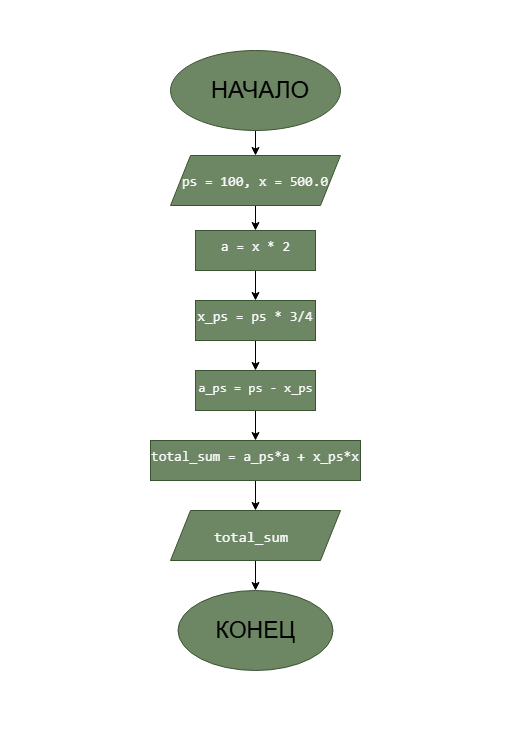
The draw.io diagram Lab2_schema.drawio.png in stainitz-boss/Lab2, before a commit. Source tidied: cells renumbered, new cells last; positions are measured from the earlier drawing's top-left corner, leaving out a move shared by most shapes.
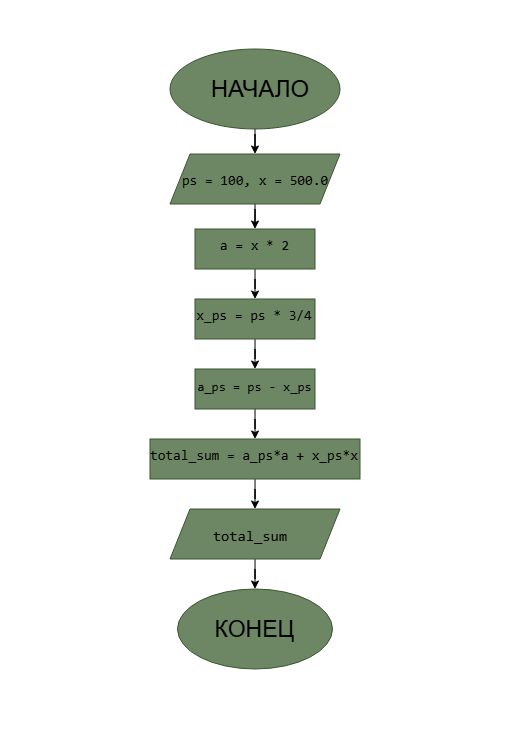
After the change.

What changed in the source:
```diff
@@ -53,22 +53,22 @@
     <mxCell id="18" value="НАЧАЛО" style="text;html=1;whiteSpace=wrap;align=center;verticalAlign=middle;rounded=0;fontColor=light-dark(#000000,#000000);fontSize=24;" parent="1" vertex="1">
       <mxGeometry x="155" y="25" width="210" height="130" as="geometry" />
     </mxCell>
-    <mxCell id="19" value="&#10;&lt;pre style=&quot;font-style: normal; font-variant: normal; font-size-adjust: none; font-language-override: normal; font-kerning: auto; font-optical-sizing: auto; font-feature-settings: normal; font-variation-settings: normal; font-weight: 400; font-stretch: normal; line-height: 22px; font-family: Menlo, Monaco, Consolas, &amp;quot;Cascadia Mono&amp;quot;, &amp;quot;Ubuntu Mono&amp;quot;, &amp;quot;DejaVu Sans Mono&amp;quot;, &amp;quot;Liberation Mono&amp;quot;, &amp;quot;JetBrains Mono&amp;quot;, &amp;quot;Fira Code&amp;quot;, Cousine, &amp;quot;Roboto Mono&amp;quot;, &amp;quot;Courier New&amp;quot;, Courier, sans-serif, system-ui; overflow: auto; white-space: pre-wrap; word-break: break-all; padding: 16px; color: rgb(249, 250, 251); letter-spacing: normal; orphans: 2; text-align: start; text-indent: 0px; text-transform: none; widows: 2; word-spacing: 0px; -webkit-text-stroke-width: 0px; text-decoration-thickness: initial; text-decoration-style: initial; text-decoration-color: initial; margin: 0px !important;&quot;&gt;&lt;span&gt;ps = 100, x = 500.0&lt;/span&gt;&lt;/pre&gt;&#10;&#10;" style="text;html=1;whiteSpace=wrap;strokeColor=none;fillColor=none;align=center;verticalAlign=middle;rounded=0;fontSize=14;" parent="1" vertex="1">
+    <mxCell id="19" value="&#10;&lt;pre style=&quot;font-style: normal; font-variant: normal; font-size-adjust: none; font-language-override: normal; font-kerning: auto; font-optical-sizing: auto; font-feature-settings: normal; font-variation-settings: normal; font-weight: 400; font-stretch: normal; line-height: 22px; font-family: Menlo, Monaco, Consolas, &amp;quot;Cascadia Mono&amp;quot;, &amp;quot;Ubuntu Mono&amp;quot;, &amp;quot;DejaVu Sans Mono&amp;quot;, &amp;quot;Liberation Mono&amp;quot;, &amp;quot;JetBrains Mono&amp;quot;, &amp;quot;Fira Code&amp;quot;, Cousine, &amp;quot;Roboto Mono&amp;quot;, &amp;quot;Courier New&amp;quot;, Courier, sans-serif, system-ui; overflow: auto; white-space: pre-wrap; word-break: break-all; padding: 16px; letter-spacing: normal; orphans: 2; text-align: start; text-indent: 0px; text-transform: none; widows: 2; word-spacing: 0px; -webkit-text-stroke-width: 0px; text-decoration-thickness: initial; text-decoration-style: initial; text-decoration-color: initial; margin: 0px !important;&quot;&gt;&lt;span&gt;ps = 100, x = 500.0&lt;/span&gt;&lt;/pre&gt;&#10;&#10;" style="text;html=1;whiteSpace=wrap;strokeColor=none;fillColor=none;align=center;verticalAlign=middle;rounded=0;fontSize=14;fontColor=light-dark(#000000,#000000);" parent="1" vertex="1">
       <mxGeometry x="155" y="175" width="200" height="30" as="geometry" />
     </mxCell>
-    <mxCell id="20" value="&#10;&lt;pre style=&quot;font-style: normal; font-variant: normal; font-size-adjust: none; font-language-override: normal; font-kerning: auto; font-optical-sizing: auto; font-feature-settings: normal; font-variation-settings: normal; font-weight: 400; font-stretch: normal; line-height: 22px; font-family: Menlo, Monaco, Consolas, &amp;quot;Cascadia Mono&amp;quot;, &amp;quot;Ubuntu Mono&amp;quot;, &amp;quot;DejaVu Sans Mono&amp;quot;, &amp;quot;Liberation Mono&amp;quot;, &amp;quot;JetBrains Mono&amp;quot;, &amp;quot;Fira Code&amp;quot;, Cousine, &amp;quot;Roboto Mono&amp;quot;, &amp;quot;Courier New&amp;quot;, Courier, sans-serif, system-ui; overflow: auto; white-space: pre-wrap; word-break: break-all; padding: 16px; color: rgb(249, 250, 251); letter-spacing: normal; orphans: 2; text-align: start; text-indent: 0px; text-transform: none; widows: 2; word-spacing: 0px; -webkit-text-stroke-width: 0px; text-decoration-thickness: initial; text-decoration-style: initial; text-decoration-color: initial; margin: 0px !important;&quot;&gt;&lt;span&gt;a = x * 2&lt;/span&gt;&lt;/pre&gt;&#10;&#10;" style="text;html=1;whiteSpace=wrap;strokeColor=none;fillColor=none;align=center;verticalAlign=middle;rounded=0;fontSize=14;" parent="1" vertex="1">
+    <mxCell id="20" value="&#10;&lt;pre style=&quot;font-style: normal; font-variant: normal; font-size-adjust: none; font-language-override: normal; font-kerning: auto; font-optical-sizing: auto; font-feature-settings: normal; font-variation-settings: normal; font-weight: 400; font-stretch: normal; line-height: 22px; font-family: Menlo, Monaco, Consolas, &amp;quot;Cascadia Mono&amp;quot;, &amp;quot;Ubuntu Mono&amp;quot;, &amp;quot;DejaVu Sans Mono&amp;quot;, &amp;quot;Liberation Mono&amp;quot;, &amp;quot;JetBrains Mono&amp;quot;, &amp;quot;Fira Code&amp;quot;, Cousine, &amp;quot;Roboto Mono&amp;quot;, &amp;quot;Courier New&amp;quot;, Courier, sans-serif, system-ui; overflow: auto; white-space: pre-wrap; word-break: break-all; padding: 16px; letter-spacing: normal; orphans: 2; text-align: start; text-indent: 0px; text-transform: none; widows: 2; word-spacing: 0px; -webkit-text-stroke-width: 0px; text-decoration-thickness: initial; text-decoration-style: initial; text-decoration-color: initial; margin: 0px !important;&quot;&gt;&lt;span&gt;a = x * 2&lt;/span&gt;&lt;/pre&gt;&#10;&#10;" style="text;html=1;whiteSpace=wrap;strokeColor=none;fillColor=none;align=center;verticalAlign=middle;rounded=0;fontSize=14;fontColor=light-dark(#000000,#000000);" parent="1" vertex="1">
       <mxGeometry x="190.6" y="240" width="128.8" height="30" as="geometry" />
     </mxCell>
-    <mxCell id="21" value="&#10;&lt;pre style=&quot;font-style: normal; font-variant: normal; font-size-adjust: none; font-language-override: normal; font-kerning: auto; font-optical-sizing: auto; font-feature-settings: normal; font-variation-settings: normal; font-weight: 400; font-stretch: normal; line-height: 22px; font-family: Menlo, Monaco, Consolas, &amp;quot;Cascadia Mono&amp;quot;, &amp;quot;Ubuntu Mono&amp;quot;, &amp;quot;DejaVu Sans Mono&amp;quot;, &amp;quot;Liberation Mono&amp;quot;, &amp;quot;JetBrains Mono&amp;quot;, &amp;quot;Fira Code&amp;quot;, Cousine, &amp;quot;Roboto Mono&amp;quot;, &amp;quot;Courier New&amp;quot;, Courier, sans-serif, system-ui; overflow: auto; white-space: pre-wrap; word-break: break-all; padding: 16px; color: rgb(249, 250, 251); letter-spacing: normal; orphans: 2; text-align: start; text-indent: 0px; text-transform: none; widows: 2; word-spacing: 0px; -webkit-text-stroke-width: 0px; text-decoration-thickness: initial; text-decoration-style: initial; text-decoration-color: initial; margin: 0px !important;&quot;&gt;&lt;span&gt;x_ps = ps * 3/4&lt;/span&gt;&lt;/pre&gt;&#10;&#10;" style="text;html=1;whiteSpace=wrap;strokeColor=none;fillColor=none;align=center;verticalAlign=middle;rounded=0;fontSize=14;" parent="1" vertex="1">
+    <mxCell id="21" value="&#10;&lt;pre style=&quot;font-style: normal; font-variant: normal; font-size-adjust: none; font-language-override: normal; font-kerning: auto; font-optical-sizing: auto; font-feature-settings: normal; font-variation-settings: normal; font-weight: 400; font-stretch: normal; line-height: 22px; font-family: Menlo, Monaco, Consolas, &amp;quot;Cascadia Mono&amp;quot;, &amp;quot;Ubuntu Mono&amp;quot;, &amp;quot;DejaVu Sans Mono&amp;quot;, &amp;quot;Liberation Mono&amp;quot;, &amp;quot;JetBrains Mono&amp;quot;, &amp;quot;Fira Code&amp;quot;, Cousine, &amp;quot;Roboto Mono&amp;quot;, &amp;quot;Courier New&amp;quot;, Courier, sans-serif, system-ui; overflow: auto; white-space: pre-wrap; word-break: break-all; padding: 16px; letter-spacing: normal; orphans: 2; text-align: start; text-indent: 0px; text-transform: none; widows: 2; word-spacing: 0px; -webkit-text-stroke-width: 0px; text-decoration-thickness: initial; text-decoration-style: initial; text-decoration-color: initial; margin: 0px !important;&quot;&gt;&lt;span&gt;x_ps = ps * 3/4&lt;/span&gt;&lt;/pre&gt;&#10;&#10;" style="text;html=1;whiteSpace=wrap;strokeColor=none;fillColor=none;align=center;verticalAlign=middle;rounded=0;fontSize=14;fontColor=light-dark(#000000,#000000);" parent="1" vertex="1">
       <mxGeometry x="179.9" y="310" width="150.2" height="30" as="geometry" />
     </mxCell>
-    <mxCell id="22" value="&#10;&lt;pre style=&quot;font-style: normal; font-variant: normal; font-size-adjust: none; font-language-override: normal; font-kerning: auto; font-optical-sizing: auto; font-feature-settings: normal; font-variation-settings: normal; font-weight: 400; font-stretch: normal; line-height: 22px; font-family: Menlo, Monaco, Consolas, &amp;quot;Cascadia Mono&amp;quot;, &amp;quot;Ubuntu Mono&amp;quot;, &amp;quot;DejaVu Sans Mono&amp;quot;, &amp;quot;Liberation Mono&amp;quot;, &amp;quot;JetBrains Mono&amp;quot;, &amp;quot;Fira Code&amp;quot;, Cousine, &amp;quot;Roboto Mono&amp;quot;, &amp;quot;Courier New&amp;quot;, Courier, sans-serif, system-ui; overflow: auto; white-space: pre-wrap; word-break: break-all; padding: 16px; color: rgb(249, 250, 251); letter-spacing: normal; orphans: 2; text-align: start; text-indent: 0px; text-transform: none; widows: 2; word-spacing: 0px; -webkit-text-stroke-width: 0px; text-decoration-thickness: initial; text-decoration-style: initial; text-decoration-color: initial; margin: 0px !important;&quot;&gt;&lt;span&gt;a_ps = ps - x_ps&lt;/span&gt;&lt;/pre&gt;&#10;&#10;" style="text;html=1;whiteSpace=wrap;strokeColor=none;fillColor=none;align=center;verticalAlign=middle;rounded=0;fontSize=13;" parent="1" vertex="1">
+    <mxCell id="22" value="&#10;&lt;pre style=&quot;font-style: normal; font-variant: normal; font-size-adjust: none; font-language-override: normal; font-kerning: auto; font-optical-sizing: auto; font-feature-settings: normal; font-variation-settings: normal; font-weight: 400; font-stretch: normal; line-height: 22px; font-family: Menlo, Monaco, Consolas, &amp;quot;Cascadia Mono&amp;quot;, &amp;quot;Ubuntu Mono&amp;quot;, &amp;quot;DejaVu Sans Mono&amp;quot;, &amp;quot;Liberation Mono&amp;quot;, &amp;quot;JetBrains Mono&amp;quot;, &amp;quot;Fira Code&amp;quot;, Cousine, &amp;quot;Roboto Mono&amp;quot;, &amp;quot;Courier New&amp;quot;, Courier, sans-serif, system-ui; overflow: auto; white-space: pre-wrap; word-break: break-all; padding: 16px; letter-spacing: normal; orphans: 2; text-align: start; text-indent: 0px; text-transform: none; widows: 2; word-spacing: 0px; -webkit-text-stroke-width: 0px; text-decoration-thickness: initial; text-decoration-style: initial; text-decoration-color: initial; margin: 0px !important;&quot;&gt;&lt;span&gt;a_ps = ps - x_ps&lt;/span&gt;&lt;/pre&gt;&#10;&#10;" style="text;html=1;whiteSpace=wrap;strokeColor=none;fillColor=none;align=center;verticalAlign=middle;rounded=0;fontSize=13;fontColor=light-dark(#000000,#000000);" parent="1" vertex="1">
       <mxGeometry x="173.8" y="380" width="162.5" height="30" as="geometry" />
     </mxCell>
-    <mxCell id="23" value="&#10;&lt;pre style=&quot;font-style: normal; font-variant: normal; font-size-adjust: none; font-language-override: normal; font-kerning: auto; font-optical-sizing: auto; font-feature-settings: normal; font-variation-settings: normal; font-weight: 400; font-stretch: normal; line-height: 22px; font-family: Menlo, Monaco, Consolas, &amp;quot;Cascadia Mono&amp;quot;, &amp;quot;Ubuntu Mono&amp;quot;, &amp;quot;DejaVu Sans Mono&amp;quot;, &amp;quot;Liberation Mono&amp;quot;, &amp;quot;JetBrains Mono&amp;quot;, &amp;quot;Fira Code&amp;quot;, Cousine, &amp;quot;Roboto Mono&amp;quot;, &amp;quot;Courier New&amp;quot;, Courier, sans-serif, system-ui; overflow: auto; white-space: pre-wrap; word-break: break-all; padding: 16px; color: rgb(249, 250, 251); letter-spacing: normal; orphans: 2; text-align: start; text-indent: 0px; text-transform: none; widows: 2; word-spacing: 0px; -webkit-text-stroke-width: 0px; text-decoration-thickness: initial; text-decoration-style: initial; text-decoration-color: initial; margin: 0px !important;&quot;&gt;&lt;span&gt;total_sum = a_ps*a + x_ps*x &lt;/span&gt;&lt;/pre&gt;&#10;&#10;" style="text;html=1;whiteSpace=wrap;strokeColor=none;fillColor=none;align=center;verticalAlign=middle;rounded=0;fontSize=14;" parent="1" vertex="1">
+    <mxCell id="23" value="&#10;&lt;pre style=&quot;font-style: normal; font-variant: normal; font-size-adjust: none; font-language-override: normal; font-kerning: auto; font-optical-sizing: auto; font-feature-settings: normal; font-variation-settings: normal; font-weight: 400; font-stretch: normal; line-height: 22px; font-family: Menlo, Monaco, Consolas, &amp;quot;Cascadia Mono&amp;quot;, &amp;quot;Ubuntu Mono&amp;quot;, &amp;quot;DejaVu Sans Mono&amp;quot;, &amp;quot;Liberation Mono&amp;quot;, &amp;quot;JetBrains Mono&amp;quot;, &amp;quot;Fira Code&amp;quot;, Cousine, &amp;quot;Roboto Mono&amp;quot;, &amp;quot;Courier New&amp;quot;, Courier, sans-serif, system-ui; overflow: auto; white-space: pre-wrap; word-break: break-all; padding: 16px; letter-spacing: normal; orphans: 2; text-align: start; text-indent: 0px; text-transform: none; widows: 2; word-spacing: 0px; -webkit-text-stroke-width: 0px; text-decoration-thickness: initial; text-decoration-style: initial; text-decoration-color: initial; margin: 0px !important;&quot;&gt;&lt;span&gt;total_sum = a_ps*a + x_ps*x &lt;/span&gt;&lt;/pre&gt;&#10;&#10;" style="text;html=1;whiteSpace=wrap;strokeColor=none;fillColor=none;align=center;verticalAlign=middle;rounded=0;fontSize=14;fontColor=light-dark(#000000,#000000);" parent="1" vertex="1">
       <mxGeometry x="133.8" y="450" width="242.5" height="30" as="geometry" />
     </mxCell>
-    <mxCell id="24" value="&#10;&lt;pre style=&quot;font-style: normal; font-variant: normal; font-size-adjust: none; font-language-override: normal; font-kerning: auto; font-optical-sizing: auto; font-feature-settings: normal; font-variation-settings: normal; font-weight: 400; font-stretch: normal; line-height: 22px; font-family: Menlo, Monaco, Consolas, &amp;quot;Cascadia Mono&amp;quot;, &amp;quot;Ubuntu Mono&amp;quot;, &amp;quot;DejaVu Sans Mono&amp;quot;, &amp;quot;Liberation Mono&amp;quot;, &amp;quot;JetBrains Mono&amp;quot;, &amp;quot;Fira Code&amp;quot;, Cousine, &amp;quot;Roboto Mono&amp;quot;, &amp;quot;Courier New&amp;quot;, Courier, sans-serif, system-ui; overflow: auto; white-space: pre-wrap; word-break: break-all; padding: 16px; color: rgb(249, 250, 251); letter-spacing: normal; orphans: 2; text-align: start; text-indent: 0px; text-transform: none; widows: 2; word-spacing: 0px; -webkit-text-stroke-width: 0px; text-decoration-thickness: initial; text-decoration-style: initial; text-decoration-color: initial; margin: 0px !important;&quot;&gt;&lt;span&gt;total_sum&lt;/span&gt;&lt;/pre&gt;&#10;&#10;" style="text;html=1;whiteSpace=wrap;strokeColor=none;fillColor=none;align=center;verticalAlign=middle;rounded=0;fontSize=15;" parent="1" vertex="1">
+    <mxCell id="24" value="&#10;&lt;pre style=&quot;font-style: normal; font-variant: normal; font-size-adjust: none; font-language-override: normal; font-kerning: auto; font-optical-sizing: auto; font-feature-settings: normal; font-variation-settings: normal; font-weight: 400; font-stretch: normal; line-height: 22px; font-family: Menlo, Monaco, Consolas, &amp;quot;Cascadia Mono&amp;quot;, &amp;quot;Ubuntu Mono&amp;quot;, &amp;quot;DejaVu Sans Mono&amp;quot;, &amp;quot;Liberation Mono&amp;quot;, &amp;quot;JetBrains Mono&amp;quot;, &amp;quot;Fira Code&amp;quot;, Cousine, &amp;quot;Roboto Mono&amp;quot;, &amp;quot;Courier New&amp;quot;, Courier, sans-serif, system-ui; overflow: auto; white-space: pre-wrap; word-break: break-all; padding: 16px; letter-spacing: normal; orphans: 2; text-align: start; text-indent: 0px; text-transform: none; widows: 2; word-spacing: 0px; -webkit-text-stroke-width: 0px; text-decoration-thickness: initial; text-decoration-style: initial; text-decoration-color: initial; margin: 0px !important;&quot;&gt;&lt;span&gt;total_sum&lt;/span&gt;&lt;/pre&gt;&#10;&#10;" style="text;html=1;whiteSpace=wrap;strokeColor=none;fillColor=none;align=center;verticalAlign=middle;rounded=0;fontSize=15;fontColor=light-dark(#000000,#000000);" parent="1" vertex="1">
       <mxGeometry x="190.6" y="530" width="120" height="30" as="geometry" />
     </mxCell>
     <mxCell id="25" value="КОНЕЦ" style="text;html=1;whiteSpace=wrap;strokeColor=none;fillColor=none;align=center;verticalAlign=middle;rounded=0;fontColor=light-dark(#000000,#000000);fontSize=23;" parent="1" vertex="1">
```
